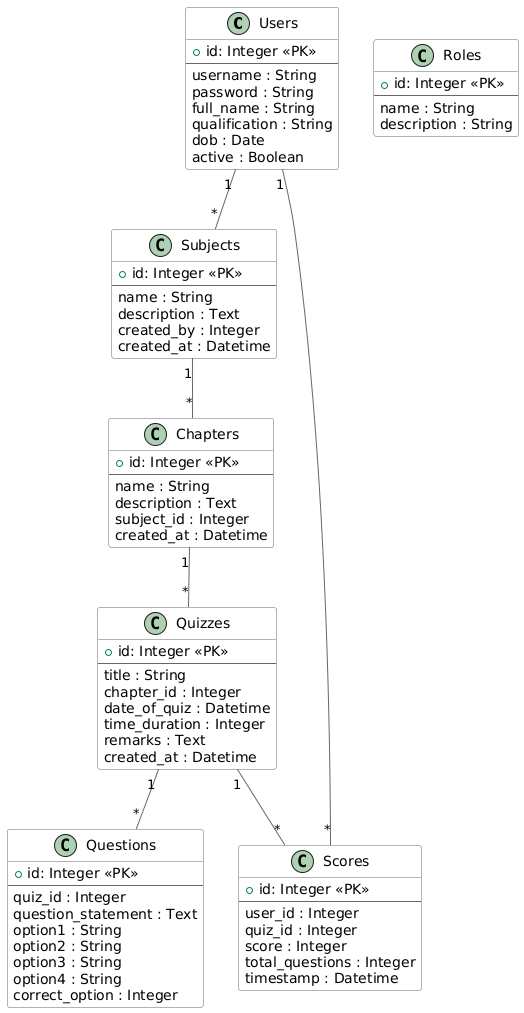
Above: BACKEND/schema/schema.png in ArmanGrewal007/mibuto (PlantUML), before the change.
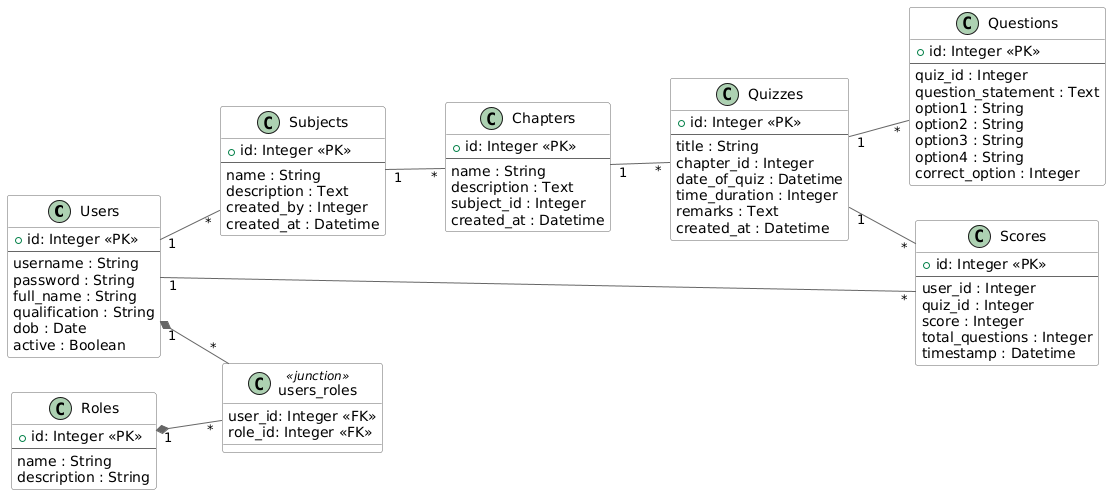
Above is the later version.

Commit message:
changed orientation of schema

Diff of the diagram source:
```diff
@@ -4,6 +4,8 @@
   ArrowColor #666666
   BorderColor #666666
 }
+
+left to right direction
 
 class Users {
   + id: Integer <<PK>>
@@ -74,6 +76,13 @@
   timestamp : Datetime
 }
 
+class users_roles <<junction>> {
+    user_id: Integer <<FK>>
+    role_id: Integer <<FK>>
+}
+
+Users "1" *-- "*" users_roles
+Roles "1" *-- "*" users_roles
 Users "1" -- "*" Scores
 Users "1" -- "*" Subjects
 Subjects "1" -- "*" Chapters
```
